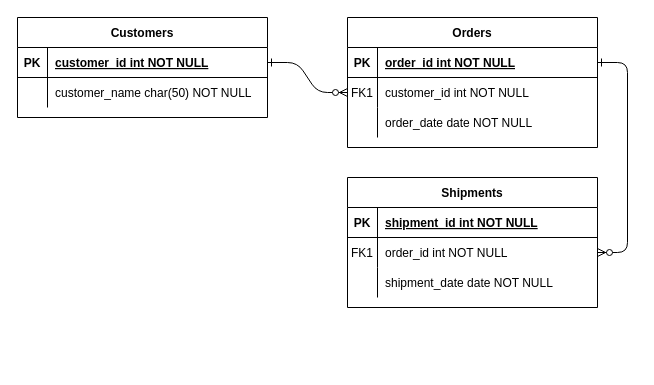
Earlier version of the draw.io diagram proyecto numero 2/database_uml_diagram.drawio (cesar1344/proyecto). Source tidied: cells renumbered, new cells numbered last; positions are measured from the earlier drawing's top-left corner, leaving out a move shared by most shapes. Both pictures are drawn from the tidied source at 100%, with x=0, y=0 at pixel (17, 17).
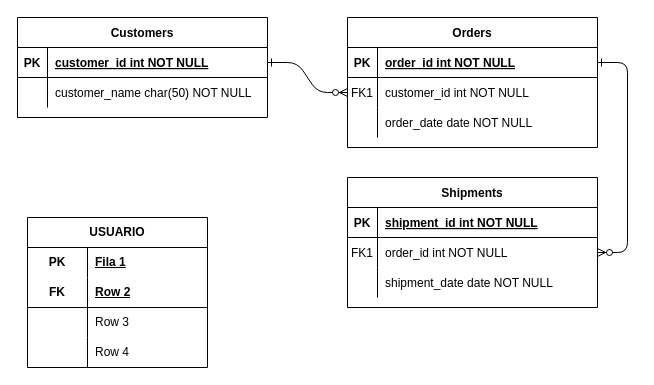
Above is the later version.

What changed in the source:
```diff
@@
+    <mxCell id="31" value="USUARIO" style="shape=table;startSize=30;childLayout=tableLayout;rowLines=0;fontStyle=1;align=center;html=1;whiteSpace=wrap;" parent="1" vertex="1">
+      <mxGeometry x="10" y="200" width="180" height="150" as="geometry" />
+    </mxCell>
+    <mxCell id="32" style="shape=tableRow;horizontal=0;startSize=0;swimlaneHead=0;swimlaneBody=0;fillColor=none;top=0;left=0;right=0;bottom=0;html=1;" parent="31" vertex="1">
+      <mxGeometry y="30" width="180" height="30" as="geometry" />
+    </mxCell>
+    <mxCell id="33" value="PK" style="shape=partialRectangle;fillColor=none;top=0;left=0;bottom=0;right=0;fontStyle=1;overflow=hidden;html=1;whiteSpace=wrap;" parent="32" vertex="1">
+      <mxGeometry width="60" height="30" as="geometry" />
+    </mxCell>
+    <mxCell id="34" value="Fila 1" style="shape=partialRectangle;fillColor=none;top=0;left=0;bottom=0;right=0;align=left;spacingLeft=6;fontStyle=5;overflow=hidden;html=1;whiteSpace=wrap;" parent="32" vertex="1">
+      <mxGeometry x="60" width="120" height="30" as="geometry" />
+    </mxCell>
+    <mxCell id="35" style="shape=tableRow;horizontal=0;startSize=0;swimlaneHead=0;swimlaneBody=0;fillColor=none;top=0;left=0;right=0;bottom=1;html=1;" parent="31" vertex="1">
+      <mxGeometry y="60" width="180" height="30" as="geometry" />
+    </mxCell>
+    <mxCell id="36" value="FK" style="shape=partialRectangle;fillColor=none;top=0;left=0;bottom=0;right=0;fontStyle=1;overflow=hidden;html=1;whiteSpace=wrap;" parent="35" vertex="1">
+      <mxGeometry width="60" height="30" as="geometry" />
+    </mxCell>
+    <mxCell id="37" value="Row 2" style="shape=partialRectangle;fillColor=none;top=0;left=0;bottom=0;right=0;align=left;spacingLeft=6;fontStyle=5;overflow=hidden;html=1;whiteSpace=wrap;" parent="35" vertex="1">
+      <mxGeometry x="60" width="120" height="30" as="geometry" />
+    </mxCell>
+    <mxCell id="38" style="shape=tableRow;horizontal=0;startSize=0;swimlaneHead=0;swimlaneBody=0;fillColor=none;top=0;left=0;right=0;bottom=0;html=1;" parent="31" vertex="1">
+      <mxGeometry y="90" width="180" height="30" as="geometry" />
+    </mxCell>
+    <mxCell id="39" style="shape=partialRectangle;fillColor=none;top=0;left=0;bottom=0;right=0;overflow=hidden;html=1;whiteSpace=wrap;" parent="38" vertex="1">
+      <mxGeometry width="60" height="30" as="geometry" />
+    </mxCell>
+    <mxCell id="40" value="Row 3" style="shape=partialRectangle;fillColor=none;top=0;left=0;bottom=0;right=0;align=left;spacingLeft=6;overflow=hidden;html=1;whiteSpace=wrap;" parent="38" vertex="1">
+      <mxGeometry x="60" width="120" height="30" as="geometry" />
+    </mxCell>
+    <mxCell id="41" style="shape=tableRow;horizontal=0;startSize=0;swimlaneHead=0;swimlaneBody=0;fillColor=none;top=0;left=0;right=0;bottom=0;html=1;" parent="31" vertex="1">
+      <mxGeometry y="120" width="180" height="30" as="geometry" />
+    </mxCell>
+    <mxCell id="42" style="shape=partialRectangle;fillColor=none;top=0;left=0;bottom=0;right=0;overflow=hidden;html=1;whiteSpace=wrap;" parent="41" vertex="1">
+      <mxGeometry width="60" height="30" as="geometry" />
+    </mxCell>
+    <mxCell id="43" value="Row 4" style="shape=partialRectangle;fillColor=none;top=0;left=0;bottom=0;right=0;align=left;spacingLeft=6;overflow=hidden;html=1;whiteSpace=wrap;" parent="41" vertex="1">
+      <mxGeometry x="60" width="120" height="30" as="geometry" />
+    </mxCell>
```
